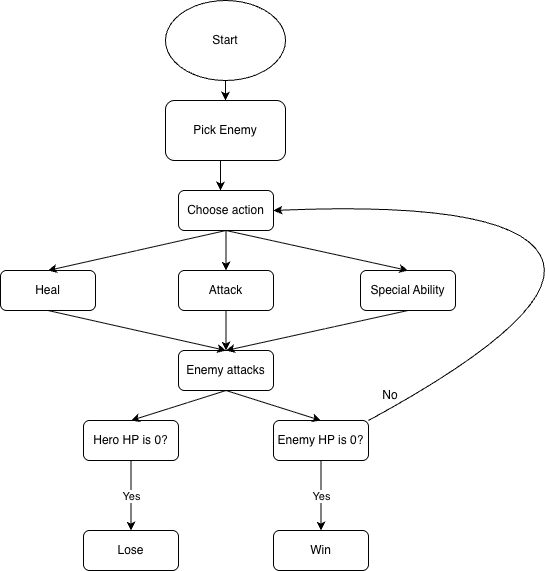
melissagarridos/Terminal-Souls keeps this draw.io diagram as Untitled Diagram.drawio.png. Above is the earlier version. Source tidied: cells renumbered, new cells last; positions are measured from the earlier drawing's top-left corner, leaving out a move shared by most shapes. Source of this version:
```xml
<mxGraphModel>
  <root>
    <mxCell id="0" />
    <mxCell id="1" parent="0" />
    <mxCell id="2" value="Start" style="ellipse;whiteSpace=wrap;html=1;" parent="1" vertex="1">
      <mxGeometry x="165" width="120" height="80" as="geometry" />
    </mxCell>
    <mxCell id="3" value="Pick Enemy" style="rounded=1;whiteSpace=wrap;html=1;" parent="1" vertex="1">
      <mxGeometry x="165" y="100" width="120" height="60" as="geometry" />
    </mxCell>
    <mxCell id="4" value="Choose action" style="rounded=1;whiteSpace=wrap;html=1;" parent="1" vertex="1">
      <mxGeometry x="178" y="190" width="95" height="40" as="geometry" />
    </mxCell>
    <mxCell id="5" value="Special Ability" style="rounded=1;whiteSpace=wrap;html=1;" parent="1" vertex="1">
      <mxGeometry x="360" y="270" width="95" height="40" as="geometry" />
    </mxCell>
    <mxCell id="6" value="Attack" style="rounded=1;whiteSpace=wrap;html=1;" parent="1" vertex="1">
      <mxGeometry x="178" y="270" width="95" height="40" as="geometry" />
    </mxCell>
    <mxCell id="7" value="Heal" style="rounded=1;whiteSpace=wrap;html=1;" parent="1" vertex="1">
      <mxGeometry y="270" width="95" height="40" as="geometry" />
    </mxCell>
    <mxCell id="8" value="Enemy attacks" style="rounded=1;whiteSpace=wrap;html=1;" parent="1" vertex="1">
      <mxGeometry x="178" y="350" width="95" height="40" as="geometry" />
    </mxCell>
    <mxCell id="9" value="Enemy HP is 0?" style="rounded=1;whiteSpace=wrap;html=1;" parent="1" vertex="1">
      <mxGeometry x="273" y="420" width="95" height="40" as="geometry" />
    </mxCell>
    <mxCell id="10" value="Hero HP is 0?" style="rounded=1;whiteSpace=wrap;html=1;" parent="1" vertex="1">
      <mxGeometry x="83" y="420" width="95" height="40" as="geometry" />
    </mxCell>
    <mxCell id="11" value="Win" style="rounded=1;whiteSpace=wrap;html=1;" parent="1" vertex="1">
      <mxGeometry x="273" y="530" width="95" height="40" as="geometry" />
    </mxCell>
    <mxCell id="12" value="Lose" style="rounded=1;whiteSpace=wrap;html=1;" parent="1" vertex="1">
      <mxGeometry x="83" y="530" width="95" height="40" as="geometry" />
    </mxCell>
    <mxCell id="13" style="endArrow=classic;html=1;rounded=0;exitX=0.5;exitY=1;exitDx=0;exitDy=0;" parent="1" edge="1" source="2">
      <mxGeometry relative="1" as="geometry">
        <mxPoint x="225" y="100" as="targetPoint" />
      </mxGeometry>
    </mxCell>
    <mxCell id="14" style="endArrow=classic;html=1;rounded=0;" parent="1" edge="1">
      <mxGeometry relative="1" as="geometry">
        <mxPoint x="220" y="160" as="sourcePoint" />
        <mxPoint x="220" y="190" as="targetPoint" />
      </mxGeometry>
    </mxCell>
    <mxCell id="15" style="endArrow=classic;html=1;rounded=0;entryX=0.5;entryY=0;entryDx=0;entryDy=0;exitX=0.5;exitY=1;exitDx=0;exitDy=0;" parent="1" edge="1" source="4" target="6">
      <mxGeometry relative="1" as="geometry" />
    </mxCell>
    <mxCell id="16" style="endArrow=classic;html=1;rounded=0;entryX=0.5;entryY=0;entryDx=0;entryDy=0;exitX=0.5;exitY=1;exitDx=0;exitDy=0;" parent="1" edge="1" source="4" target="5">
      <mxGeometry relative="1" as="geometry" />
    </mxCell>
    <mxCell id="17" style="endArrow=classic;html=1;rounded=0;entryX=0.5;entryY=0;entryDx=0;entryDy=0;exitX=0.5;exitY=1;exitDx=0;exitDy=0;" parent="1" edge="1" source="4" target="7">
      <mxGeometry relative="1" as="geometry" />
    </mxCell>
    <mxCell id="18" style="endArrow=classic;html=1;rounded=0;exitX=0.5;exitY=1;exitDx=0;exitDy=0;entryX=0.5;entryY=0;entryDx=0;entryDy=0;" parent="1" edge="1" source="7" target="8">
      <mxGeometry relative="1" as="geometry" />
    </mxCell>
    <mxCell id="19" style="endArrow=classic;html=1;rounded=0;exitX=0.5;exitY=1;exitDx=0;exitDy=0;entryX=0.5;entryY=0;entryDx=0;entryDy=0;" parent="1" edge="1" source="5" target="8">
      <mxGeometry relative="1" as="geometry" />
    </mxCell>
    <mxCell id="20" style="endArrow=classic;html=1;rounded=0;exitX=0.5;exitY=1;exitDx=0;exitDy=0;" parent="1" edge="1" source="6" target="8">
      <mxGeometry relative="1" as="geometry" />
    </mxCell>
    <mxCell id="21" style="endArrow=classic;html=1;rounded=0;exitX=0.5;exitY=1;exitDx=0;exitDy=0;entryX=0.5;entryY=0;entryDx=0;entryDy=0;" parent="1" edge="1" source="8" target="9">
      <mxGeometry relative="1" as="geometry" />
    </mxCell>
    <mxCell id="22" style="endArrow=classic;html=1;rounded=0;exitX=0.5;exitY=1;exitDx=0;exitDy=0;" parent="1" edge="1" source="9" target="11">
      <mxGeometry relative="1" as="geometry" />
    </mxCell>
    <mxCell id="23" value="Yes" style="edgeLabel;html=1;align=center;verticalAlign=middle;" parent="22" vertex="1">
      <mxGeometry relative="1" as="geometry" />
    </mxCell>
    <mxCell id="24" style="endArrow=classic;html=1;rounded=0;exitX=0.5;exitY=1;exitDx=0;exitDy=0;" parent="1" edge="1" source="10" target="12">
      <mxGeometry relative="1" as="geometry" />
    </mxCell>
    <mxCell id="25" value="Yes" style="edgeLabel;html=1;align=center;verticalAlign=middle;" parent="24" vertex="1">
      <mxGeometry relative="1" as="geometry" />
    </mxCell>
    <mxCell id="26" style="endArrow=classic;html=1;rounded=0;exitX=0.5;exitY=1;exitDx=0;exitDy=0;entryX=0.5;entryY=0;entryDx=0;entryDy=0;" parent="1" edge="1" source="8" target="10">
      <mxGeometry relative="1" as="geometry" />
    </mxCell>
    <mxCell id="27" style="curved=1;endArrow=classic;html=1;rounded=0;exitX=1;exitY=0;exitDx=0;exitDy=0;entryX=1;entryY=0.5;entryDx=0;entryDy=0;" parent="1" edge="1" source="9" target="4">
      <mxGeometry relative="1" as="geometry">
        <Array as="points">
          <mxPoint x="570" y="310" />
          <mxPoint x="510" y="200" />
        </Array>
      </mxGeometry>
    </mxCell>
    <mxCell id="28" value="No" style="text;html=1;whiteSpace=wrap;strokeColor=none;fillColor=none;align=center;verticalAlign=middle;rounded=0;" parent="1" vertex="1">
      <mxGeometry x="360" y="380" width="60" height="30" as="geometry" />
    </mxCell>
  </root>
</mxGraphModel>
```
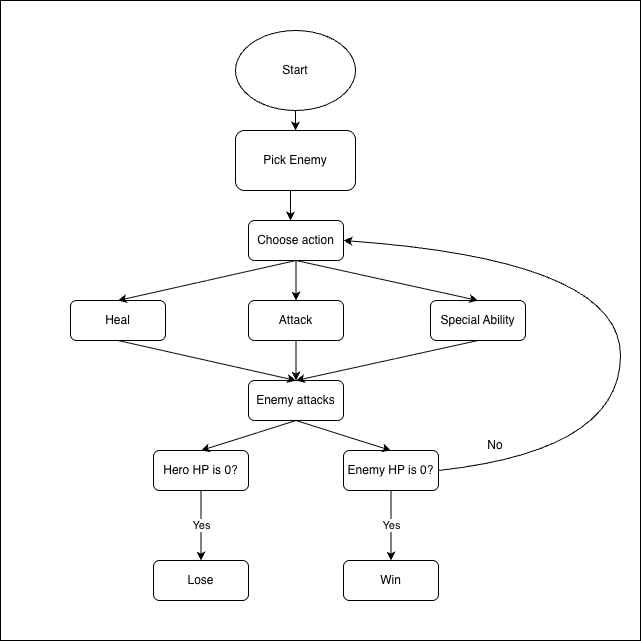
After the change.

Diff of the diagram source:
```diff
@@ -2,6 +2,18 @@
   <root>
     <mxCell id="0" />
     <mxCell id="1" parent="0" />
+    <mxCell id="27" style="curved=1;endArrow=classic;html=1;rounded=0;exitX=1;exitY=0;exitDx=0;exitDy=0;entryX=1;entryY=0.5;entryDx=0;entryDy=0;" parent="1" edge="1" source="x">
+      <mxGeometry relative="1" as="geometry">
+        <mxPoint x="403" y="210" as="targetPoint" />
+        <Array as="points">
+          <mxPoint x="700" y="310" />
+          <mxPoint x="640" y="200" />
+        </Array>
+      </mxGeometry>
+    </mxCell>
+    <mxCell id="29" style="whiteSpace=wrap;html=1;fillColor=light-dark(#FFFFFF,#333333);" parent="1" vertex="1">
+      <mxGeometry x="-70" y="-30" width="640" height="640" as="geometry" />
+    </mxCell>
     <mxCell id="2" value="Start" style="ellipse;whiteSpace=wrap;html=1;" parent="1" vertex="1">
       <mxGeometry x="165" width="120" height="80" as="geometry" />
     </mxCell>
@@ -35,17 +47,17 @@
     <mxCell id="12" value="Lose" style="rounded=1;whiteSpace=wrap;html=1;" parent="1" vertex="1">
       <mxGeometry x="83" y="530" width="95" height="40" as="geometry" />
     </mxCell>
-    <mxCell id="13" style="endArrow=classic;html=1;rounded=0;exitX=0.5;exitY=1;exitDx=0;exitDy=0;" parent="1" edge="1" source="2">
-      <mxGeometry relative="1" as="geometry">
-        <mxPoint x="225" y="100" as="targetPoint" />
-      </mxGeometry>
-    </mxCell>
-    <mxCell id="14" style="endArrow=classic;html=1;rounded=0;" parent="1" edge="1">
-      <mxGeometry relative="1" as="geometry">
-        <mxPoint x="220" y="160" as="sourcePoint" />
-        <mxPoint x="220" y="190" as="targetPoint" />
-      </mxGeometry>
-    </mxCell>
+    <mxCell id="30" style="endArrow=classic;html=1;rounded=0;exitX=0.5;exitY=1;exitDx=0;exitDy=0;" parent="1" edge="1" source="2">
+      <mxGeometry relative="1" as="geometry">
+        <mxPoint x="225" y="100" as="targetPoint" />
+      </mxGeometry>
+    </mxCell>
+    <mxCell id="31" style="endArrow=classic;html=1;rounded=0;" parent="1" edge="1">
+      <mxGeometry relative="1" as="geometry">
+        <mxPoint x="220" y="160" as="sourcePoint" />
+        <mxPoint x="220" y="190" as="targetPoint" />
+      </mxGeometry>
+    </mxCell>
     <mxCell id="15" style="endArrow=classic;html=1;rounded=0;entryX=0.5;entryY=0;entryDx=0;entryDy=0;exitX=0.5;exitY=1;exitDx=0;exitDy=0;" parent="1" edge="1" source="4" target="6">
       <mxGeometry relative="1" as="geometry" />
     </mxCell>
@@ -70,28 +82,28 @@
     <mxCell id="22" style="endArrow=classic;html=1;rounded=0;exitX=0.5;exitY=1;exitDx=0;exitDy=0;" parent="1" edge="1" source="9" target="11">
       <mxGeometry relative="1" as="geometry" />
     </mxCell>
-    <mxCell id="23" value="Yes" style="edgeLabel;html=1;align=center;verticalAlign=middle;" parent="22" vertex="1">
-      <mxGeometry relative="1" as="geometry" />
-    </mxCell>
+    <mxCell id="32" value="Yes" style="edgeLabel;html=1;align=center;verticalAlign=middle;" parent="22" vertex="1">
+      <mxGeometry relative="1" as="geometry" />
+    </mxCell>
     <mxCell id="24" style="endArrow=classic;html=1;rounded=0;exitX=0.5;exitY=1;exitDx=0;exitDy=0;" parent="1" edge="1" source="10" target="12">
       <mxGeometry relative="1" as="geometry" />
     </mxCell>
-    <mxCell id="25" value="Yes" style="edgeLabel;html=1;align=center;verticalAlign=middle;" parent="24" vertex="1">
-      <mxGeometry relative="1" as="geometry" />
-    </mxCell>
+    <mxCell id="33" value="Yes" style="edgeLabel;html=1;align=center;verticalAlign=middle;" parent="24" vertex="1">
+      <mxGeometry relative="1" as="geometry" />
+    </mxCell>
     <mxCell id="26" style="endArrow=classic;html=1;rounded=0;exitX=0.5;exitY=1;exitDx=0;exitDy=0;entryX=0.5;entryY=0;entryDx=0;entryDy=0;" parent="1" edge="1" source="8" target="10">
       <mxGeometry relative="1" as="geometry" />
     </mxCell>
-    <mxCell id="27" style="curved=1;endArrow=classic;html=1;rounded=0;exitX=1;exitY=0;exitDx=0;exitDy=0;entryX=1;entryY=0.5;entryDx=0;entryDy=0;" parent="1" edge="1" source="9" target="4">
-      <mxGeometry relative="1" as="geometry">
-        <Array as="points">
-          <mxPoint x="570" y="310" />
-          <mxPoint x="510" y="200" />
-        </Array>
-      </mxGeometry>
-    </mxCell>
     <mxCell id="28" value="No" style="text;html=1;whiteSpace=wrap;strokeColor=none;fillColor=none;align=center;verticalAlign=middle;rounded=0;" parent="1" vertex="1">
-      <mxGeometry x="360" y="380" width="60" height="30" as="geometry" />
+      <mxGeometry x="395" y="400" width="60" height="30" as="geometry" />
     </mxCell>
+    <mxCell id="34" style="curved=1;endArrow=classic;html=1;rounded=0;exitX=1;exitY=0.5;exitDx=0;exitDy=0;entryX=1;entryY=0.5;entryDx=0;entryDy=0;" parent="1" edge="1" source="9" target="4">
+      <mxGeometry relative="1" as="geometry">
+        <Array as="points">
+          <mxPoint x="550" y="420" />
+          <mxPoint x="550" y="230" />
+        </Array>
+      </mxGeometry>
+    </mxCell>
   </root>
 </mxGraphModel>
```
